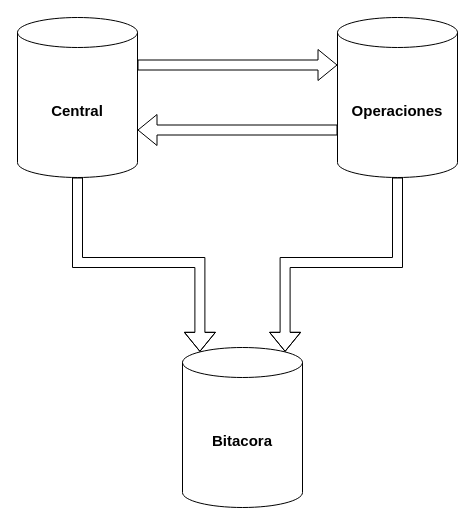
Above: page "SISTEMA PEAJES DISEÑO" (1 of 4) of diagramas/DISEÑO DE SISTEMA.drawio in randy-naranjo/proyecto-bd (draw.io), before the change. Source tidied: cells renumbered, new cells numbered last; positions are measured from the earlier drawing's top-left corner, leaving out a move shared by most shapes. Both pictures are drawn from the tidied source at 100%, with x=0, y=0 at pixel (17, 17).
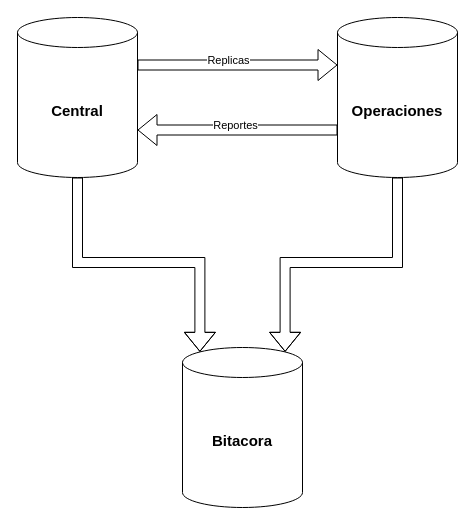
The same page after the edit.

What changed in the source:
```diff
@@
 <mxGraphModel>
   <root>
     <mxCell id="0" />
     <mxCell id="1" parent="0" />
     <mxCell id="2" value="&lt;font style=&quot;font-size: 15px;&quot;&gt;&lt;b style=&quot;font-size: 15px;&quot;&gt;&lt;span style=&quot;font-size: 15px;&quot;&gt;Central&lt;/span&gt;&lt;/b&gt;&lt;/font&gt;" style="shape=cylinder3;whiteSpace=wrap;html=1;boundedLbl=1;backgroundOutline=1;size=15;fontStyle=0;fontSize=15;" parent="1" vertex="1">
       <mxGeometry width="120" height="160" as="geometry" />
     </mxCell>
     <mxCell id="3" value="&lt;span style=&quot;font-size: 15px;&quot;&gt;&lt;b style=&quot;font-size: 15px;&quot;&gt;Operaciones&lt;/b&gt;&lt;/span&gt;" style="shape=cylinder3;whiteSpace=wrap;html=1;boundedLbl=1;backgroundOutline=1;size=15;fontStyle=0;fontSize=15;" parent="1" vertex="1">
       <mxGeometry x="320" width="120" height="160" as="geometry" />
     </mxCell>
     <mxCell id="4" value="&lt;font style=&quot;font-size: 15px;&quot;&gt;&lt;b style=&quot;font-size: 15px;&quot;&gt;&lt;span style=&quot;font-size: 15px;&quot;&gt;Bitacora&lt;/span&gt;&lt;/b&gt;&lt;/font&gt;" style="shape=cylinder3;whiteSpace=wrap;html=1;boundedLbl=1;backgroundOutline=1;size=15;fontStyle=0;fontSize=15;" parent="1" vertex="1">
       <mxGeometry x="165" y="330" width="120" height="160" as="geometry" />
     </mxCell>
     <mxCell id="5" style="edgeStyle=orthogonalEdgeStyle;rounded=0;jettySize=auto;html=1;exitX=0.5;exitY=1;exitDx=0;exitDy=0;exitPerimeter=0;entryX=0.855;entryY=0;entryDx=0;entryDy=4.35;entryPerimeter=0;shape=flexArrow;" parent="1" edge="1" source="3" target="4">
       <mxGeometry relative="1" as="geometry" />
     </mxCell>
     <mxCell id="6" style="edgeStyle=orthogonalEdgeStyle;rounded=0;jettySize=auto;html=1;exitX=0.5;exitY=1;exitDx=0;exitDy=0;exitPerimeter=0;entryX=0.145;entryY=0;entryDx=0;entryDy=4.35;entryPerimeter=0;shape=flexArrow;" parent="1" edge="1" source="2" target="4">
       <mxGeometry relative="1" as="geometry" />
     </mxCell>
     <mxCell id="7" style="edgeStyle=orthogonalEdgeStyle;rounded=0;jettySize=auto;html=1;exitX=1;exitY=0;exitDx=0;exitDy=47.5;exitPerimeter=0;entryX=0;entryY=0;entryDx=0;entryDy=47.5;entryPerimeter=0;shape=flexArrow;" parent="1" edge="1" source="2" target="3">
       <mxGeometry relative="1" as="geometry" />
     </mxCell>
+    <mxCell id="9" value="Replicas" style="edgeLabel;html=1;align=center;verticalAlign=middle;" parent="7" vertex="1">
+      <mxGeometry x="-0.2" y="6" relative="1" as="geometry">
+        <mxPoint x="10" y="1" as="offset" />
+      </mxGeometry>
+    </mxCell>
     <mxCell id="8" style="edgeStyle=orthogonalEdgeStyle;rounded=0;jettySize=auto;html=1;exitX=0;exitY=0;exitDx=0;exitDy=112.5;exitPerimeter=0;entryX=1;entryY=0;entryDx=0;entryDy=112.5;entryPerimeter=0;shape=flexArrow;" parent="1" edge="1" source="3" target="2">
       <mxGeometry relative="1" as="geometry" />
     </mxCell>
+    <mxCell id="10" value="Reportes" style="edgeLabel;html=1;align=center;verticalAlign=middle;" parent="8" vertex="1">
+      <mxGeometry x="0.03" y="-5" relative="1" as="geometry" />
+    </mxCell>
   </root>
 </mxGraphModel>
```
